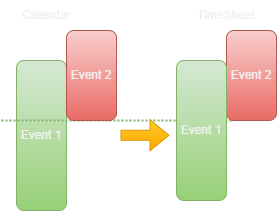
This is images/Parralel_keep.png from JanVasko1/KM-Calendar_Reading, a draw.io export, as it was before one commit. Source tidied: cells renumbered, new cells last; positions are measured from the earlier drawing's top-left corner, leaving out a move shared by most shapes. Source of this version:
```xml
<mxGraphModel>
  <root>
    <mxCell id="0" />
    <mxCell id="1" parent="0" />
    <mxCell id="2" value="Event 1" style="rounded=1;whiteSpace=wrap;html=1;fillColor=#d5e8d4;strokeColor=#82b366;gradientColor=#97d077;" parent="1" vertex="1">
      <mxGeometry x="15" y="60" width="50" height="150" as="geometry" />
    </mxCell>
    <mxCell id="3" style="endArrow=none;dashed=1;html=1;dashPattern=1 1;strokeWidth=2;rounded=0;fillColor=#d5e8d4;strokeColor=#82b366;gradientColor=#97d077;" parent="1" edge="1">
      <mxGeometry relative="1" as="geometry">
        <mxPoint y="120" as="sourcePoint" />
        <mxPoint x="230" y="120" as="targetPoint" />
      </mxGeometry>
    </mxCell>
    <mxCell id="4" value="Calendar" style="text;html=1;align=center;verticalAlign=middle;whiteSpace=wrap;rounded=0;" parent="1" vertex="1">
      <mxGeometry x="15" width="60" height="30" as="geometry" />
    </mxCell>
    <mxCell id="5" value="TimeSheet" style="text;html=1;align=center;verticalAlign=middle;whiteSpace=wrap;rounded=0;" parent="1" vertex="1">
      <mxGeometry x="195" width="60" height="30" as="geometry" />
    </mxCell>
    <mxCell id="6" value="Event 2" style="rounded=1;whiteSpace=wrap;html=1;fillColor=#f8cecc;strokeColor=#b85450;gradientColor=#ea6b66;" parent="1" vertex="1">
      <mxGeometry x="225" y="30" width="50" height="90" as="geometry" />
    </mxCell>
    <mxCell id="7" style="shape=flexArrow;endArrow=classic;html=1;rounded=0;fillColor=#ffcd28;gradientColor=#ffa500;strokeColor=#d79b00;" parent="1" edge="1">
      <mxGeometry relative="1" as="geometry">
        <mxPoint x="119" y="134.8" as="sourcePoint" />
        <mxPoint x="168" y="134.8" as="targetPoint" />
      </mxGeometry>
    </mxCell>
    <mxCell id="8" value="Event 1" style="rounded=1;whiteSpace=wrap;html=1;fillColor=#d5e8d4;strokeColor=#82b366;gradientColor=#97d077;" parent="1" vertex="1">
      <mxGeometry x="175" y="60" width="50" height="140" as="geometry" />
    </mxCell>
    <mxCell id="9" value="Event 2" style="rounded=1;whiteSpace=wrap;html=1;fillColor=#f8cecc;strokeColor=#b85450;gradientColor=#ea6b66;" parent="1" vertex="1">
      <mxGeometry x="65" y="30" width="50" height="90" as="geometry" />
    </mxCell>
  </root>
</mxGraphModel>
```
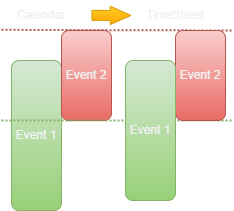
After the change.

Diff of the diagram source:
```diff
@@ -5,32 +5,38 @@
     <mxCell id="2" value="Event 1" style="rounded=1;whiteSpace=wrap;html=1;fillColor=#d5e8d4;strokeColor=#82b366;gradientColor=#97d077;" parent="1" vertex="1">
       <mxGeometry x="15" y="60" width="50" height="150" as="geometry" />
     </mxCell>
-    <mxCell id="3" style="endArrow=none;dashed=1;html=1;dashPattern=1 1;strokeWidth=2;rounded=0;fillColor=#d5e8d4;strokeColor=#82b366;gradientColor=#97d077;" parent="1" edge="1">
-      <mxGeometry relative="1" as="geometry">
-        <mxPoint y="120" as="sourcePoint" />
-        <mxPoint x="230" y="120" as="targetPoint" />
-      </mxGeometry>
+    <mxCell id="3" value="Calendar" style="text;html=1;align=center;verticalAlign=middle;whiteSpace=wrap;rounded=0;" parent="1" vertex="1">
+      <mxGeometry x="15" width="60" height="30" as="geometry" />
     </mxCell>
-    <mxCell id="4" value="Calendar" style="text;html=1;align=center;verticalAlign=middle;whiteSpace=wrap;rounded=0;" parent="1" vertex="1">
-      <mxGeometry x="15" width="60" height="30" as="geometry" />
+    <mxCell id="4" value="TimeSheet" style="text;html=1;align=center;verticalAlign=middle;whiteSpace=wrap;rounded=0;" parent="1" vertex="1">
+      <mxGeometry x="149" width="60" height="30" as="geometry" />
     </mxCell>
-    <mxCell id="5" value="TimeSheet" style="text;html=1;align=center;verticalAlign=middle;whiteSpace=wrap;rounded=0;" parent="1" vertex="1">
-      <mxGeometry x="195" width="60" height="30" as="geometry" />
+    <mxCell id="5" value="Event 2" style="rounded=1;whiteSpace=wrap;html=1;fillColor=#f8cecc;strokeColor=#b85450;gradientColor=#ea6b66;" parent="1" vertex="1">
+      <mxGeometry x="65" y="30" width="50" height="90" as="geometry" />
     </mxCell>
-    <mxCell id="6" value="Event 2" style="rounded=1;whiteSpace=wrap;html=1;fillColor=#f8cecc;strokeColor=#b85450;gradientColor=#ea6b66;" parent="1" vertex="1">
-      <mxGeometry x="225" y="30" width="50" height="90" as="geometry" />
+    <mxCell id="6" style="shape=flexArrow;endArrow=classic;html=1;rounded=0;fillColor=#ffcd28;gradientColor=#ffa500;strokeColor=#d79b00;endWidth=7.209302325581396;endSize=6.574418604651163;" parent="1" edge="1">
+      <mxGeometry relative="1" as="geometry">
+        <mxPoint x="95" y="14.9" as="sourcePoint" />
+        <mxPoint x="135" y="14.9" as="targetPoint" />
+      </mxGeometry>
     </mxCell>
-    <mxCell id="7" style="shape=flexArrow;endArrow=classic;html=1;rounded=0;fillColor=#ffcd28;gradientColor=#ffa500;strokeColor=#d79b00;" parent="1" edge="1">
+    <mxCell id="7" style="endArrow=none;dashed=1;html=1;dashPattern=1 1;strokeWidth=2;rounded=0;fillColor=#d5e8d4;strokeColor=#82b366;gradientColor=#97d077;" parent="1" edge="1">
       <mxGeometry relative="1" as="geometry">
-        <mxPoint x="119" y="134.8" as="sourcePoint" />
-        <mxPoint x="168" y="134.8" as="targetPoint" />
+        <mxPoint x="5" y="120" as="sourcePoint" />
+        <mxPoint x="235" y="120" as="targetPoint" />
       </mxGeometry>
     </mxCell>
-    <mxCell id="8" value="Event 1" style="rounded=1;whiteSpace=wrap;html=1;fillColor=#d5e8d4;strokeColor=#82b366;gradientColor=#97d077;" parent="1" vertex="1">
-      <mxGeometry x="175" y="60" width="50" height="140" as="geometry" />
+    <mxCell id="8" style="endArrow=none;dashed=1;html=1;dashPattern=1 1;strokeWidth=2;rounded=0;fillColor=#f8cecc;strokeColor=#b85450;gradientColor=#ea6b66;" parent="1" edge="1">
+      <mxGeometry relative="1" as="geometry">
+        <mxPoint x="5" y="29.3" as="sourcePoint" />
+        <mxPoint x="235" y="30" as="targetPoint" />
+      </mxGeometry>
     </mxCell>
     <mxCell id="9" value="Event 2" style="rounded=1;whiteSpace=wrap;html=1;fillColor=#f8cecc;strokeColor=#b85450;gradientColor=#ea6b66;" parent="1" vertex="1">
-      <mxGeometry x="65" y="30" width="50" height="90" as="geometry" />
+      <mxGeometry x="179" y="30" width="50" height="90" as="geometry" />
     </mxCell>
+    <mxCell id="10" value="Event 1" style="rounded=1;whiteSpace=wrap;html=1;fillColor=#d5e8d4;strokeColor=#82b366;gradientColor=#97d077;" parent="1" vertex="1">
+      <mxGeometry x="129" y="60" width="50" height="140" as="geometry" />
+    </mxCell>
   </root>
 </mxGraphModel>
```
